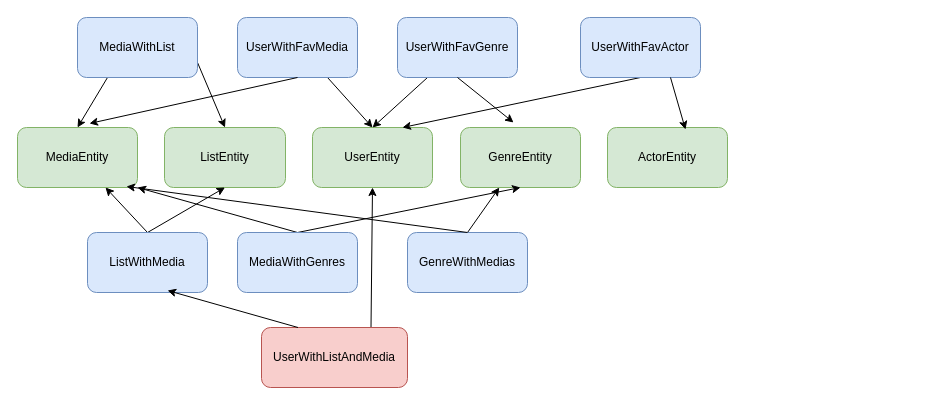
Earlier version of the draw.io diagram assets/diagrams/database/entities_relations/db_entities_relactions.drawio (iamantoniodinuzzo/CineMates). Source tidied: cells renumbered, new cells numbered last; positions are measured from the earlier drawing's top-left corner, leaving out a move shared by most shapes. Both pictures are drawn from the tidied source at 100%, with x=0, y=0 at pixel (17, 17).
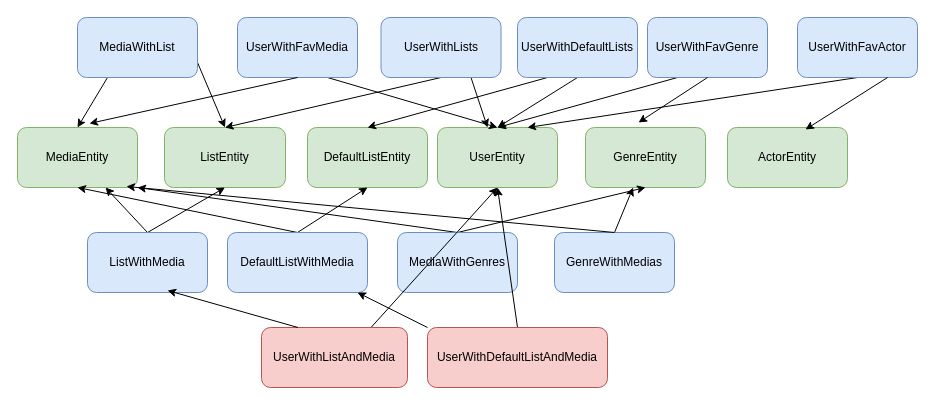
After the change.

Unchanged cells that the change refers to:
```xml
<mxCell id="2" value="MediaEntity" style="rounded=1;whiteSpace=wrap;html=1;fillColor=#d5e8d4;strokeColor=#82b366;" parent="1" vertex="1">
  <mxGeometry y="110" width="120" height="60" as="geometry" />
</mxCell>
<mxCell id="6" value="ListEntity" style="rounded=1;whiteSpace=wrap;html=1;fillColor=#d5e8d4;strokeColor=#82b366;" parent="1" vertex="1">
  <mxGeometry x="147" y="110" width="121" height="60" as="geometry" />
</mxCell>
```

Change to the diagram source:
```diff
@@
     <mxCell id="3" value="ActorEntity" style="rounded=1;whiteSpace=wrap;html=1;fillColor=#d5e8d4;strokeColor=#82b366;" parent="1" vertex="1">
-      <mxGeometry x="590" y="110" width="120" height="60" as="geometry" />
+      <mxGeometry x="710" y="110" width="120" height="60" as="geometry" />
     </mxCell>
     <mxCell id="4" value="GenreEntity" style="rounded=1;whiteSpace=wrap;html=1;fillColor=#d5e8d4;strokeColor=#82b366;" parent="1" vertex="1">
-      <mxGeometry x="443" y="110" width="120" height="60" as="geometry" />
+      <mxGeometry x="568" y="110" width="120" height="60" as="geometry" />
     </mxCell>
     <mxCell id="5" value="UserEntity" style="rounded=1;whiteSpace=wrap;html=1;fillColor=#d5e8d4;strokeColor=#82b366;" parent="1" vertex="1">
-      <mxGeometry x="295" y="110" width="120" height="60" as="geometry" />
+      <mxGeometry x="420" y="110" width="120" height="60" as="geometry" />
     </mxCell>
@@
     <mxCell id="14" value="UserWithFavGenre" style="rounded=1;whiteSpace=wrap;html=1;fillColor=#dae8fc;strokeColor=#6c8ebf;" parent="1" vertex="1">
-      <mxGeometry x="380" width="120" height="60" as="geometry" />
+      <mxGeometry x="630" width="120" height="60" as="geometry" />
     </mxCell>
@@
     <mxCell id="17" value="UserWithFavActor" style="rounded=1;whiteSpace=wrap;html=1;fillColor=#dae8fc;strokeColor=#6c8ebf;" parent="1" vertex="1">
-      <mxGeometry x="563" width="120" height="60" as="geometry" />
+      <mxGeometry x="780" width="120" height="60" as="geometry" />
     </mxCell>
@@
     <mxCell id="24" value="MediaWithGenres" style="rounded=1;whiteSpace=wrap;html=1;fillColor=#dae8fc;strokeColor=#6c8ebf;" parent="1" vertex="1">
-      <mxGeometry x="220" y="215" width="120" height="60" as="geometry" />
+      <mxGeometry x="380" y="215" width="120" height="60" as="geometry" />
     </mxCell>
@@
     <mxCell id="26" value="GenreWithMedias" style="rounded=1;whiteSpace=wrap;html=1;fillColor=#dae8fc;strokeColor=#6c8ebf;" parent="1" vertex="1">
-      <mxGeometry x="390" y="215" width="120" height="60" as="geometry" />
+      <mxGeometry x="537" y="215" width="120" height="60" as="geometry" />
     </mxCell>
@@
+    <mxCell id="31" value="DefaultListEntity" style="rounded=1;whiteSpace=wrap;html=1;fillColor=#d5e8d4;strokeColor=#82b366;" parent="1" vertex="1">
+      <mxGeometry x="290" y="110" width="120" height="60" as="geometry" />
+    </mxCell>
+    <mxCell id="32" style="rounded=0;jettySize=auto;html=1;exitX=0.5;exitY=0;exitDx=0;exitDy=0;entryX=0.5;entryY=1;entryDx=0;entryDy=0;" parent="1" edge="1" source="34" target="31">
+      <mxGeometry relative="1" as="geometry" />
+    </mxCell>
+    <mxCell id="33" style="rounded=0;jettySize=auto;html=1;exitX=0.5;exitY=0;exitDx=0;exitDy=0;entryX=0.5;entryY=1;entryDx=0;entryDy=0;" parent="1" edge="1" source="34" target="2">
+      <mxGeometry relative="1" as="geometry" />
+    </mxCell>
+    <mxCell id="34" value="DefaultListWithMedia" style="rounded=1;whiteSpace=wrap;html=1;fillColor=#dae8fc;strokeColor=#6c8ebf;" parent="1" vertex="1">
+      <mxGeometry x="210" y="215" width="140" height="60" as="geometry" />
+    </mxCell>
+    <mxCell id="35" style="rounded=0;jettySize=auto;html=1;exitX=0.5;exitY=0;exitDx=0;exitDy=0;entryX=0.5;entryY=1;entryDx=0;entryDy=0;" parent="1" edge="1" source="37" target="5">
+      <mxGeometry relative="1" as="geometry" />
+    </mxCell>
+    <mxCell id="36" style="rounded=0;jettySize=auto;html=1;exitX=0;exitY=0;exitDx=0;exitDy=0;" parent="1" edge="1" source="37" target="34">
+      <mxGeometry relative="1" as="geometry" />
+    </mxCell>
+    <mxCell id="37" value="UserWithDefaultListAndMedia" style="rounded=1;whiteSpace=wrap;html=1;fillColor=#f8cecc;strokeColor=#b85450;" parent="1" vertex="1">
+      <mxGeometry x="410" y="310" width="180" height="60" as="geometry" />
+    </mxCell>
+    <mxCell id="38" style="rounded=0;jettySize=auto;html=1;exitX=0.75;exitY=1;exitDx=0;exitDy=0;" parent="1" edge="1" source="40" target="5">
+      <mxGeometry relative="1" as="geometry" />
+    </mxCell>
+    <mxCell id="39" style="edgeStyle=none;rounded=0;jettySize=auto;html=1;exitX=0.5;exitY=1;exitDx=0;exitDy=0;entryX=0.5;entryY=0;entryDx=0;entryDy=0;strokeColor=default;align=center;verticalAlign=middle;fontFamily=Helvetica;fontSize=11;fontColor=default;labelBackgroundColor=default;endArrow=classic;" parent="1" edge="1" source="40" target="6">
+      <mxGeometry relative="1" as="geometry" />
+    </mxCell>
+    <mxCell id="40" value="UserWithLists" style="rounded=1;whiteSpace=wrap;html=1;fillColor=#dae8fc;strokeColor=#6c8ebf;" parent="1" vertex="1">
+      <mxGeometry x="363.5" width="120" height="60" as="geometry" />
+    </mxCell>
+    <mxCell id="41" style="edgeStyle=none;rounded=0;jettySize=auto;html=1;exitX=0.5;exitY=1;exitDx=0;exitDy=0;entryX=0.5;entryY=0;entryDx=0;entryDy=0;strokeColor=default;align=center;verticalAlign=middle;fontFamily=Helvetica;fontSize=11;fontColor=default;labelBackgroundColor=default;endArrow=classic;" parent="1" edge="1" source="43" target="5">
+      <mxGeometry relative="1" as="geometry" />
+    </mxCell>
+    <mxCell id="42" style="edgeStyle=none;rounded=0;jettySize=auto;html=1;exitX=0.25;exitY=1;exitDx=0;exitDy=0;entryX=0.5;entryY=0;entryDx=0;entryDy=0;strokeColor=default;align=center;verticalAlign=middle;fontFamily=Helvetica;fontSize=11;fontColor=default;labelBackgroundColor=default;endArrow=classic;" parent="1" edge="1" source="43" target="31">
+      <mxGeometry relative="1" as="geometry" />
+    </mxCell>
+    <mxCell id="43" value="UserWithDefaultLists" style="rounded=1;whiteSpace=wrap;html=1;fillColor=#dae8fc;strokeColor=#6c8ebf;" parent="1" vertex="1">
+      <mxGeometry x="500" width="120" height="60" as="geometry" />
+    </mxCell>
```
